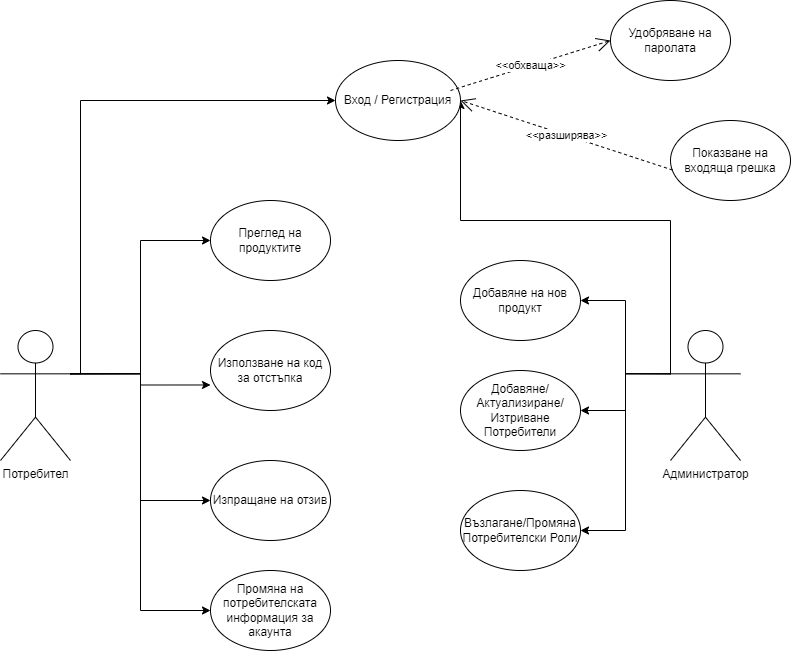
Earlier version of the draw.io export Документация/User case diagram.png (codingburgas/2223-otj-12-project-repo-csharp-VPPetrov18). Source tidied: cells renumbered, new cells last; positions are measured from the earlier drawing's top-left corner, leaving out a move shared by most shapes. The source it was exported from:
```xml
<mxGraphModel>
  <root>
    <mxCell id="0" />
    <mxCell id="1" parent="0" />
    <mxCell id="2" style="edgeStyle=orthogonalEdgeStyle;rounded=0;jettySize=auto;html=1;exitX=1;exitY=0.3333333333333333;exitDx=0;exitDy=0;exitPerimeter=0;entryX=0;entryY=0.5;entryDx=0;entryDy=0;" parent="1" edge="1" source="7" target="13">
      <mxGeometry relative="1" as="geometry">
        <Array as="points">
          <mxPoint x="80" y="373" />
          <mxPoint x="80" y="100" />
        </Array>
      </mxGeometry>
    </mxCell>
    <mxCell id="3" style="edgeStyle=orthogonalEdgeStyle;rounded=0;jettySize=auto;html=1;exitX=1;exitY=0.3333333333333333;exitDx=0;exitDy=0;exitPerimeter=0;entryX=0;entryY=0.5;entryDx=0;entryDy=0;" parent="1" edge="1" source="7" target="14">
      <mxGeometry relative="1" as="geometry" />
    </mxCell>
    <mxCell id="4" style="edgeStyle=orthogonalEdgeStyle;rounded=0;jettySize=auto;html=1;exitX=1;exitY=0.3333333333333333;exitDx=0;exitDy=0;exitPerimeter=0;entryX=0;entryY=0.681;entryDx=0;entryDy=0;entryPerimeter=0;" parent="1" edge="1" source="7" target="15">
      <mxGeometry relative="1" as="geometry" />
    </mxCell>
    <mxCell id="5" style="edgeStyle=orthogonalEdgeStyle;rounded=0;jettySize=auto;html=1;exitX=1;exitY=0.3333333333333333;exitDx=0;exitDy=0;exitPerimeter=0;entryX=0;entryY=0.5;entryDx=0;entryDy=0;" parent="1" edge="1" source="7" target="16">
      <mxGeometry relative="1" as="geometry" />
    </mxCell>
    <mxCell id="6" style="edgeStyle=orthogonalEdgeStyle;rounded=0;jettySize=auto;html=1;exitX=1;exitY=0.3333333333333333;exitDx=0;exitDy=0;exitPerimeter=0;entryX=0;entryY=0.5;entryDx=0;entryDy=0;" parent="1" edge="1" source="7" target="22">
      <mxGeometry relative="1" as="geometry" />
    </mxCell>
    <mxCell id="7" value="Потребител" style="shape=umlActor;verticalLabelPosition=bottom;verticalAlign=top;html=1;outlineConnect=0;" parent="1" vertex="1">
      <mxGeometry y="330" width="70" height="130" as="geometry" />
    </mxCell>
    <mxCell id="8" style="edgeStyle=orthogonalEdgeStyle;rounded=0;jettySize=auto;html=1;exitX=0;exitY=0.3333333333333333;exitDx=0;exitDy=0;exitPerimeter=0;entryX=1;entryY=0.5;entryDx=0;entryDy=0;" parent="1" edge="1" source="12" target="13">
      <mxGeometry relative="1" as="geometry">
        <Array as="points">
          <mxPoint x="670" y="220" />
          <mxPoint x="460" y="220" />
        </Array>
      </mxGeometry>
    </mxCell>
    <mxCell id="9" style="edgeStyle=orthogonalEdgeStyle;rounded=0;jettySize=auto;html=1;exitX=0;exitY=0.3333333333333333;exitDx=0;exitDy=0;exitPerimeter=0;entryX=1;entryY=0.5;entryDx=0;entryDy=0;" parent="1" edge="1" source="12" target="19">
      <mxGeometry relative="1" as="geometry" />
    </mxCell>
    <mxCell id="10" style="edgeStyle=orthogonalEdgeStyle;rounded=0;jettySize=auto;html=1;exitX=0;exitY=0.3333333333333333;exitDx=0;exitDy=0;exitPerimeter=0;entryX=1;entryY=0.5;entryDx=0;entryDy=0;" parent="1" edge="1" source="12" target="20">
      <mxGeometry relative="1" as="geometry" />
    </mxCell>
    <mxCell id="11" style="edgeStyle=orthogonalEdgeStyle;rounded=0;jettySize=auto;html=1;exitX=0;exitY=0.3333333333333333;exitDx=0;exitDy=0;exitPerimeter=0;entryX=1;entryY=0.5;entryDx=0;entryDy=0;" parent="1" edge="1" source="12" target="21">
      <mxGeometry relative="1" as="geometry" />
    </mxCell>
    <mxCell id="12" value="Администратор" style="shape=umlActor;verticalLabelPosition=bottom;verticalAlign=top;html=1;outlineConnect=0;" parent="1" vertex="1">
      <mxGeometry x="670" y="330" width="70" height="130" as="geometry" />
    </mxCell>
    <mxCell id="13" value="Вход / Регистрация" style="ellipse;whiteSpace=wrap;html=1;" parent="1" vertex="1">
      <mxGeometry x="335" y="60" width="125" height="80" as="geometry" />
    </mxCell>
    <mxCell id="14" value="Преглед на продуктите" style="ellipse;whiteSpace=wrap;html=1;" parent="1" vertex="1">
      <mxGeometry x="210" y="200" width="120" height="80" as="geometry" />
    </mxCell>
    <mxCell id="15" value="Използване на код за отстъпка" style="ellipse;whiteSpace=wrap;html=1;" parent="1" vertex="1">
      <mxGeometry x="210" y="330" width="120" height="80" as="geometry" />
    </mxCell>
    <mxCell id="16" value="Изпращане на отзив" style="ellipse;whiteSpace=wrap;html=1;" parent="1" vertex="1">
      <mxGeometry x="210" y="460" width="120" height="80" as="geometry" />
    </mxCell>
    <mxCell id="17" value="Удобряване на паролата" style="ellipse;whiteSpace=wrap;html=1;" parent="1" vertex="1">
      <mxGeometry x="610" width="120" height="80" as="geometry" />
    </mxCell>
    <mxCell id="18" value="Показване на входяща грешка" style="ellipse;whiteSpace=wrap;html=1;" parent="1" vertex="1">
      <mxGeometry x="670" y="120" width="120" height="80" as="geometry" />
    </mxCell>
    <mxCell id="19" value="Добавяне на нов продукт" style="ellipse;whiteSpace=wrap;html=1;" parent="1" vertex="1">
      <mxGeometry x="460" y="260" width="120" height="80" as="geometry" />
    </mxCell>
    <mxCell id="20" value="Добавяне/Актуализиране/Изтриване&lt;br&gt;Потребители" style="ellipse;whiteSpace=wrap;html=1;" parent="1" vertex="1">
      <mxGeometry x="460" y="370" width="120" height="80" as="geometry" />
    </mxCell>
    <mxCell id="21" value="Възлагане/Промяна&lt;br&gt;Потребителски Роли" style="ellipse;whiteSpace=wrap;html=1;" parent="1" vertex="1">
      <mxGeometry x="460" y="490" width="120" height="80" as="geometry" />
    </mxCell>
    <mxCell id="22" value="Промяна на потребителската информация за акаунта" style="ellipse;whiteSpace=wrap;html=1;" parent="1" vertex="1">
      <mxGeometry x="210" y="570" width="120" height="80" as="geometry" />
    </mxCell>
    <mxCell id="23" value="&amp;lt;&amp;lt;обхваща&amp;gt;&amp;gt;" style="endArrow=open;endSize=12;dashed=1;html=1;rounded=0;entryX=0;entryY=0.5;entryDx=0;entryDy=0;" parent="1" edge="1" target="17">
      <mxGeometry relative="1" as="geometry">
        <mxPoint x="450" y="90" as="sourcePoint" />
      </mxGeometry>
    </mxCell>
    <mxCell id="24" value="&amp;lt;&amp;lt;разширява&amp;gt;&amp;gt;" style="endArrow=open;endSize=12;dashed=1;html=1;rounded=0;exitX=0.017;exitY=0.619;exitDx=0;exitDy=0;exitPerimeter=0;entryX=1;entryY=0.5;entryDx=0;entryDy=0;" parent="1" edge="1" source="18" target="13">
      <mxGeometry relative="1" as="geometry" />
    </mxCell>
  </root>
</mxGraphModel>
```
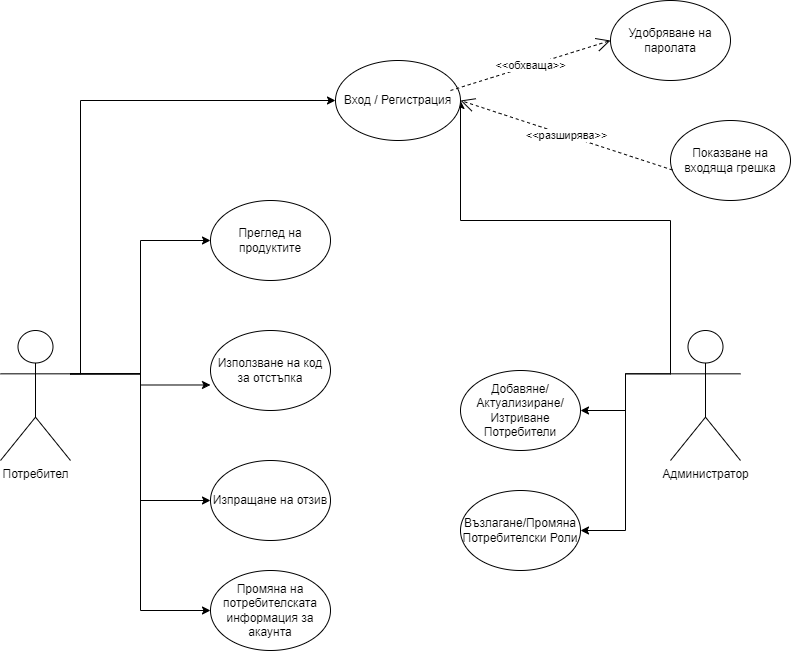
The same file after the commit.

The edit, as a diff of the source:
```diff
@@ -33,9 +33,6 @@
         </Array>
       </mxGeometry>
     </mxCell>
-    <mxCell id="9" style="edgeStyle=orthogonalEdgeStyle;rounded=0;jettySize=auto;html=1;exitX=0;exitY=0.3333333333333333;exitDx=0;exitDy=0;exitPerimeter=0;entryX=1;entryY=0.5;entryDx=0;entryDy=0;" parent="1" edge="1" source="12" target="19">
-      <mxGeometry relative="1" as="geometry" />
-    </mxCell>
     <mxCell id="10" style="edgeStyle=orthogonalEdgeStyle;rounded=0;jettySize=auto;html=1;exitX=0;exitY=0.3333333333333333;exitDx=0;exitDy=0;exitPerimeter=0;entryX=1;entryY=0.5;entryDx=0;entryDy=0;" parent="1" edge="1" source="12" target="20">
       <mxGeometry relative="1" as="geometry" />
     </mxCell>
@@ -63,9 +60,6 @@
     <mxCell id="18" value="Показване на входяща грешка" style="ellipse;whiteSpace=wrap;html=1;" parent="1" vertex="1">
       <mxGeometry x="670" y="120" width="120" height="80" as="geometry" />
     </mxCell>
-    <mxCell id="19" value="Добавяне на нов продукт" style="ellipse;whiteSpace=wrap;html=1;" parent="1" vertex="1">
-      <mxGeometry x="460" y="260" width="120" height="80" as="geometry" />
-    </mxCell>
     <mxCell id="20" value="Добавяне/Актуализиране/Изтриване&lt;br&gt;Потребители" style="ellipse;whiteSpace=wrap;html=1;" parent="1" vertex="1">
       <mxGeometry x="460" y="370" width="120" height="80" as="geometry" />
     </mxCell>
```
